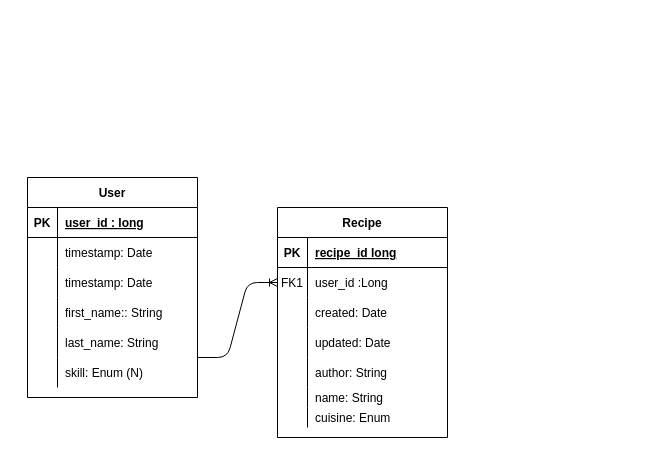
Before: erd.drawio in ddc-java-13/picky-eater, a draw.io diagram. Source tidied: cells renumbered, new cells numbered last; positions are measured from the earlier drawing's top-left corner, leaving out a move shared by most shapes. Both pictures are drawn from the tidied source at 100%, with x=0, y=0 at pixel (27, 177).
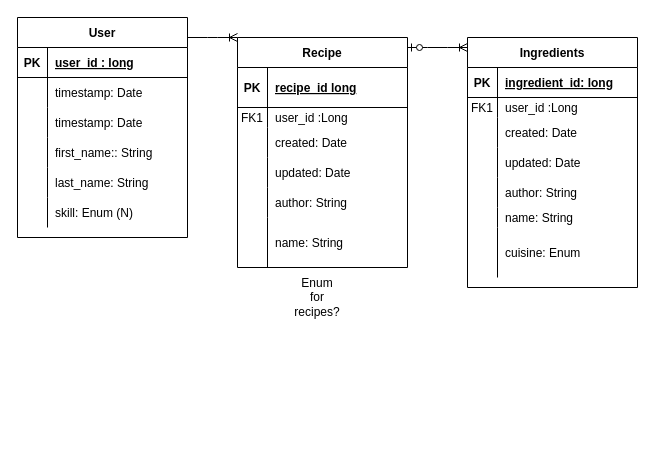
After the change.

Unchanged cells that the change refers to:
```xml
<mxCell id="28" style="shape=partialRectangle;fillColor=none;top=0;left=0;bottom=0;right=0;" parent="21" vertex="1">
  <mxGeometry y="90" width="170" height="30" as="geometry" />
</mxCell>
<mxCell id="31" style="shape=partialRectangle;fillColor=none;top=0;left=0;bottom=0;right=0;" parent="21" vertex="1">
  <mxGeometry y="120" width="170" height="30" as="geometry" />
</mxCell>
<mxCell id="34" style="shape=partialRectangle;fillColor=none;top=0;left=0;bottom=0;right=0;" parent="21" vertex="1">
  <mxGeometry y="150" width="170" height="30" as="geometry" />
</mxCell>
```

The edit, as a diff of the source:
```diff
@@
     <mxCell id="2" value="User" style="shape=table;startSize=30;childLayout=tableLayout;rowLines=0;fontStyle=1;align=center;" parent="1" vertex="1">
-      <mxGeometry width="170" height="220" as="geometry" />
+      <mxGeometry x="-10" y="-160" width="170" height="220" as="geometry" />
     </mxCell>
@@
-    <mxCell id="21" value="Recipe" style="shape=table;startSize=30;childLayout=tableLayout;rowLines=0;fontStyle=1;align=center;" parent="1" vertex="1">
-      <mxGeometry x="250" y="30" width="170" height="230" as="geometry" />
-    </mxCell>
+    <mxCell id="44" value="Ingredients" style="shape=table;startSize=30;childLayout=tableLayout;rowLines=0;fontStyle=1;align=center;" parent="1" vertex="1">
+      <mxGeometry x="440" y="-140" width="170" height="250" as="geometry" />
+    </mxCell>
-    <mxCell id="22" style="shape=partialRectangle;fillColor=none;top=0;left=0;bottom=1;right=0;" parent="21" vertex="1">
+    <mxCell id="22" style="shape=partialRectangle;fillColor=none;top=0;left=0;bottom=1;right=0;" parent="44" vertex="1">
       <mxGeometry y="30" width="170" height="30" as="geometry" />
     </mxCell>
@@
+    <mxCell id="45" value="ingredient_id: long" style="shape=partialRectangle;fillColor=none;top=0;left=0;bottom=0;right=0;align=left;spacingLeft=6;fontStyle=5;overflow=hidden;" parent="22" vertex="1">
+      <mxGeometry x="30" width="140" height="30" as="geometry" />
+    </mxCell>
+    <mxCell id="46" style="shape=partialRectangle;fillColor=none;top=0;left=0;bottom=0;right=0;" parent="44" vertex="1">
+      <mxGeometry y="60" width="170" height="20" as="geometry" />
+    </mxCell>
+    <mxCell id="47" value="FK1" style="shape=partialRectangle;fillColor=none;top=0;left=0;bottom=0;right=0;overflow=hidden;" parent="46" vertex="1">
+      <mxGeometry width="30" height="20" as="geometry" />
+    </mxCell>
+    <mxCell id="48" value="user_id :Long" style="shape=partialRectangle;fillColor=none;top=0;left=0;bottom=0;right=0;align=left;spacingLeft=6;overflow=hidden;" parent="46" vertex="1">
+      <mxGeometry x="30" width="140" height="20" as="geometry" />
+    </mxCell>
+    <mxCell id="49" style="shape=partialRectangle;fillColor=none;top=0;left=0;bottom=0;right=0;" parent="44" vertex="1">
+      <mxGeometry y="80" width="170" height="30" as="geometry" />
+    </mxCell>
+    <mxCell id="50" style="shape=partialRectangle;fillColor=none;top=0;left=0;bottom=0;right=0;overflow=hidden;" parent="49" vertex="1">
+      <mxGeometry width="30" height="30" as="geometry" />
+    </mxCell>
+    <mxCell id="51" value="created: Date" style="shape=partialRectangle;fillColor=none;top=0;left=0;bottom=0;right=0;align=left;spacingLeft=6;overflow=hidden;" parent="49" vertex="1">
+      <mxGeometry x="30" width="140" height="30" as="geometry" />
+    </mxCell>
+    <mxCell id="52" style="shape=partialRectangle;fillColor=none;top=0;left=0;bottom=0;right=0;" parent="44" vertex="1">
+      <mxGeometry y="110" width="170" height="30" as="geometry" />
+    </mxCell>
+    <mxCell id="53" style="shape=partialRectangle;fillColor=none;top=0;left=0;bottom=0;right=0;overflow=hidden;" parent="52" vertex="1">
+      <mxGeometry width="30" height="30" as="geometry" />
+    </mxCell>
+    <mxCell id="54" value="updated: Date" style="shape=partialRectangle;fillColor=none;top=0;left=0;bottom=0;right=0;align=left;spacingLeft=6;overflow=hidden;" parent="52" vertex="1">
+      <mxGeometry x="30" width="140" height="30" as="geometry" />
+    </mxCell>
+    <mxCell id="55" style="shape=partialRectangle;fillColor=none;top=0;left=0;bottom=0;right=0;" parent="44" vertex="1">
+      <mxGeometry y="140" width="170" height="30" as="geometry" />
+    </mxCell>
+    <mxCell id="56" style="shape=partialRectangle;fillColor=none;top=0;left=0;bottom=0;right=0;overflow=hidden;" parent="55" vertex="1">
+      <mxGeometry width="30" height="30" as="geometry" />
+    </mxCell>
+    <mxCell id="57" value="author: String" style="shape=partialRectangle;fillColor=none;top=0;left=0;bottom=0;right=0;align=left;spacingLeft=6;overflow=hidden;" parent="55" vertex="1">
+      <mxGeometry x="30" width="140" height="30" as="geometry" />
+    </mxCell>
+    <mxCell id="58" style="shape=partialRectangle;fillColor=none;top=0;left=0;bottom=0;right=0;" parent="44" vertex="1">
+      <mxGeometry y="170" width="170" height="20" as="geometry" />
+    </mxCell>
+    <mxCell id="59" style="shape=partialRectangle;fillColor=none;top=0;left=0;bottom=0;right=0;overflow=hidden;" parent="58" vertex="1">
+      <mxGeometry width="30" height="20" as="geometry" />
+    </mxCell>
+    <mxCell id="39" value="name: String" style="shape=partialRectangle;fillColor=none;top=0;left=0;bottom=0;right=0;align=left;spacingLeft=6;overflow=hidden;" parent="58" vertex="1">
+      <mxGeometry x="30" width="140" height="20" as="geometry" />
+    </mxCell>
+    <mxCell id="60" style="shape=partialRectangle;fillColor=none;top=0;left=0;bottom=0;right=0;" parent="44" vertex="1">
+      <mxGeometry y="190" width="170" height="50" as="geometry" />
+    </mxCell>
+    <mxCell id="61" style="shape=partialRectangle;fillColor=none;top=0;left=0;bottom=0;right=0;overflow=hidden;" parent="60" vertex="1">
+      <mxGeometry width="30" height="50" as="geometry" />
+    </mxCell>
+    <mxCell id="42" value="cuisine: Enum" style="shape=partialRectangle;fillColor=none;top=0;left=0;bottom=0;right=0;align=left;spacingLeft=6;overflow=hidden;" parent="60" vertex="1">
+      <mxGeometry x="30" width="140" height="50" as="geometry" />
+    </mxCell>
+    <mxCell id="62" style="edgeStyle=entityRelationEdgeStyle;fontSize=12;html=1;endArrow=ERoneToMany;" parent="1" edge="1">
+      <mxGeometry relative="1" as="geometry">
+        <mxPoint x="160" y="-140" as="sourcePoint" />
+        <mxPoint x="210" y="-140" as="targetPoint" />
+      </mxGeometry>
+    </mxCell>
+    <mxCell id="63" style="edgeStyle=entityRelationEdgeStyle;fontSize=12;html=1;endArrow=ERoneToMany;startArrow=ERzeroToOne;" parent="1" edge="1">
+      <mxGeometry relative="1" as="geometry">
+        <mxPoint x="380" y="-130" as="sourcePoint" />
+        <mxPoint x="440" y="-130" as="targetPoint" />
+      </mxGeometry>
+    </mxCell>
+    <mxCell id="21" value="Recipe" style="shape=table;startSize=30;childLayout=tableLayout;rowLines=0;fontStyle=1;align=center;" parent="1" vertex="1">
+      <mxGeometry x="210" y="-140" width="170" height="230" as="geometry" />
+    </mxCell>
+    <mxCell id="64" style="shape=partialRectangle;fillColor=none;top=0;left=0;bottom=1;right=0;" parent="21" vertex="1">
+      <mxGeometry y="30" width="170" height="40" as="geometry" />
+    </mxCell>
+    <mxCell id="65" value="PK" style="shape=partialRectangle;fillColor=none;top=0;left=0;bottom=0;right=0;fontStyle=1;overflow=hidden;" parent="64" vertex="1">
+      <mxGeometry width="30" height="40" as="geometry" />
+    </mxCell>
-    <mxCell id="24" value="recipe_id long" style="shape=partialRectangle;fillColor=none;top=0;left=0;bottom=0;right=0;align=left;spacingLeft=6;fontStyle=5;overflow=hidden;" parent="22" vertex="1">
-      <mxGeometry x="30" width="140" height="30" as="geometry" />
+    <mxCell id="24" value="recipe_id long" style="shape=partialRectangle;fillColor=none;top=0;left=0;bottom=0;right=0;align=left;spacingLeft=6;fontStyle=5;overflow=hidden;" parent="64" vertex="1">
+      <mxGeometry x="30" width="140" height="40" as="geometry" />
     </mxCell>
-    <mxCell id="25" style="shape=partialRectangle;fillColor=none;top=0;left=0;bottom=0;right=0;points=[[0,0.5],[1,0.5]];portConstraint=eastwest;" parent="21" vertex="1">
-      <mxGeometry y="60" width="170" height="30" as="geometry" />
-    </mxCell>
-    <mxCell id="26" value="FK1" style="shape=partialRectangle;fillColor=none;top=0;left=0;bottom=0;right=0;overflow=hidden;" parent="25" vertex="1">
-      <mxGeometry width="30" height="30" as="geometry" />
-    </mxCell>
-    <mxCell id="27" value="user_id :Long" style="shape=partialRectangle;fillColor=none;top=0;left=0;bottom=0;right=0;align=left;spacingLeft=6;overflow=hidden;" parent="25" vertex="1">
-      <mxGeometry x="30" width="140" height="30" as="geometry" />
-    </mxCell>
+    <mxCell id="66" style="shape=partialRectangle;fillColor=none;top=0;left=0;bottom=0;right=0;" parent="21" vertex="1">
+      <mxGeometry y="70" width="170" height="20" as="geometry" />
+    </mxCell>
+    <mxCell id="67" value="FK1" style="shape=partialRectangle;fillColor=none;top=0;left=0;bottom=0;right=0;overflow=hidden;" parent="66" vertex="1">
+      <mxGeometry width="30" height="20" as="geometry" />
+    </mxCell>
+    <mxCell id="68" value="user_id :Long" style="shape=partialRectangle;fillColor=none;top=0;left=0;bottom=0;right=0;align=left;spacingLeft=6;overflow=hidden;" parent="66" vertex="1">
+      <mxGeometry x="30" width="140" height="20" as="geometry" />
+    </mxCell>
@@
-    <mxCell id="29" style="shape=partialRectangle;fillColor=none;top=0;left=0;bottom=0;right=0;overflow=hidden;" parent="28" vertex="1">
-      <mxGeometry width="30" height="30" as="geometry" />
-    </mxCell>
-    <mxCell id="30" value="created: Date" style="shape=partialRectangle;fillColor=none;top=0;left=0;bottom=0;right=0;align=left;spacingLeft=6;overflow=hidden;" parent="28" vertex="1">
-      <mxGeometry x="30" width="140" height="30" as="geometry" />
-    </mxCell>
+    <mxCell id="69" style="shape=partialRectangle;fillColor=none;top=0;left=0;bottom=0;right=0;overflow=hidden;" parent="28" vertex="1">
+      <mxGeometry width="30" height="30" as="geometry" />
+    </mxCell>
+    <mxCell id="70" value="created: Date" style="shape=partialRectangle;fillColor=none;top=0;left=0;bottom=0;right=0;align=left;spacingLeft=6;overflow=hidden;" parent="28" vertex="1">
+      <mxGeometry x="30" width="140" height="30" as="geometry" />
+    </mxCell>
@@
-    <mxCell id="32" style="shape=partialRectangle;fillColor=none;top=0;left=0;bottom=0;right=0;overflow=hidden;" parent="31" vertex="1">
-      <mxGeometry width="30" height="30" as="geometry" />
-    </mxCell>
-    <mxCell id="33" value="updated: Date" style="shape=partialRectangle;fillColor=none;top=0;left=0;bottom=0;right=0;align=left;spacingLeft=6;overflow=hidden;" parent="31" vertex="1">
-      <mxGeometry x="30" width="140" height="30" as="geometry" />
-    </mxCell>
+    <mxCell id="71" style="shape=partialRectangle;fillColor=none;top=0;left=0;bottom=0;right=0;overflow=hidden;" parent="31" vertex="1">
+      <mxGeometry width="30" height="30" as="geometry" />
+    </mxCell>
+    <mxCell id="72" value="updated: Date" style="shape=partialRectangle;fillColor=none;top=0;left=0;bottom=0;right=0;align=left;spacingLeft=6;overflow=hidden;" parent="31" vertex="1">
+      <mxGeometry x="30" width="140" height="30" as="geometry" />
+    </mxCell>
@@
-    <mxCell id="35" style="shape=partialRectangle;fillColor=none;top=0;left=0;bottom=0;right=0;overflow=hidden;" parent="34" vertex="1">
-      <mxGeometry width="30" height="30" as="geometry" />
-    </mxCell>
-    <mxCell id="36" value="author: String" style="shape=partialRectangle;fillColor=none;top=0;left=0;bottom=0;right=0;align=left;spacingLeft=6;overflow=hidden;" parent="34" vertex="1">
-      <mxGeometry x="30" width="140" height="30" as="geometry" />
-    </mxCell>
-    <mxCell id="37" style="shape=partialRectangle;fillColor=none;top=0;left=0;bottom=0;right=0;" parent="21" vertex="1">
-      <mxGeometry y="180" width="170" height="20" as="geometry" />
-    </mxCell>
-    <mxCell id="38" style="shape=partialRectangle;fillColor=none;top=0;left=0;bottom=0;right=0;overflow=hidden;" parent="37" vertex="1">
-      <mxGeometry width="30" height="20" as="geometry" />
-    </mxCell>
-    <mxCell id="39" value="name: String" style="shape=partialRectangle;fillColor=none;top=0;left=0;bottom=0;right=0;align=left;spacingLeft=6;overflow=hidden;" parent="37" vertex="1">
-      <mxGeometry x="30" width="140" height="20" as="geometry" />
-    </mxCell>
-    <mxCell id="40" style="shape=partialRectangle;fillColor=none;top=0;left=0;bottom=0;right=0;" parent="21" vertex="1">
-      <mxGeometry y="200" width="170" height="20" as="geometry" />
-    </mxCell>
-    <mxCell id="41" style="shape=partialRectangle;fillColor=none;top=0;left=0;bottom=0;right=0;overflow=hidden;" parent="40" vertex="1">
-      <mxGeometry width="30" height="20" as="geometry" />
-    </mxCell>
-    <mxCell id="42" value="cuisine: Enum" style="shape=partialRectangle;fillColor=none;top=0;left=0;bottom=0;right=0;align=left;spacingLeft=6;overflow=hidden;" parent="40" vertex="1">
-      <mxGeometry x="30" width="140" height="20" as="geometry" />
-    </mxCell>
-    <mxCell id="43" style="edgeStyle=entityRelationEdgeStyle;fontSize=12;html=1;endArrow=ERoneToMany;entryX=0;entryY=0.5;entryDx=0;entryDy=0;" parent="1" edge="1" target="25">
-      <mxGeometry relative="1" as="geometry">
-        <mxPoint x="170" y="180" as="sourcePoint" />
-      </mxGeometry>
-    </mxCell>
+    <mxCell id="73" style="shape=partialRectangle;fillColor=none;top=0;left=0;bottom=0;right=0;overflow=hidden;" parent="34" vertex="1">
+      <mxGeometry width="30" height="30" as="geometry" />
+    </mxCell>
+    <mxCell id="74" value="author: String" style="shape=partialRectangle;fillColor=none;top=0;left=0;bottom=0;right=0;align=left;spacingLeft=6;overflow=hidden;" parent="34" vertex="1">
+      <mxGeometry x="30" width="140" height="30" as="geometry" />
+    </mxCell>
+    <mxCell id="75" style="shape=partialRectangle;fillColor=none;top=0;left=0;bottom=0;right=0;" parent="21" vertex="1">
+      <mxGeometry y="180" width="170" height="50" as="geometry" />
+    </mxCell>
+    <mxCell id="76" style="shape=partialRectangle;fillColor=none;top=0;left=0;bottom=0;right=0;overflow=hidden;" parent="75" vertex="1">
+      <mxGeometry width="30" height="50" as="geometry" />
+    </mxCell>
+    <mxCell id="77" value="name: String" style="shape=partialRectangle;fillColor=none;top=0;left=0;bottom=0;right=0;align=left;spacingLeft=6;overflow=hidden;" parent="75" vertex="1">
+      <mxGeometry x="30" width="140" height="50" as="geometry" />
+    </mxCell>
+    <mxCell id="78" value="Enum for recipes?" style="text;html=1;strokeColor=none;fillColor=none;align=center;verticalAlign=middle;whiteSpace=wrap;rounded=0;" parent="1" vertex="1">
+      <mxGeometry x="270" y="110" width="40" height="20" as="geometry" />
+    </mxCell>
```
